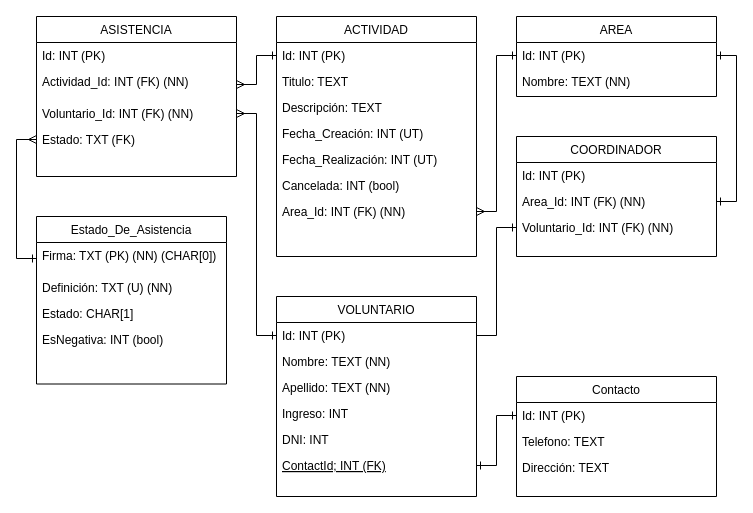
This is dragrama-fisico.drawio from DDamianoff/Scavenger-Oversight, a draw.io file, before an edit. Source tidied: cells renumbered, new cells numbered last; positions are measured from the earlier drawing's top-left corner, leaving out a move shared by most shapes. Both pictures are drawn from the tidied source at 100%, with x=0, y=0 at pixel (36, 16).
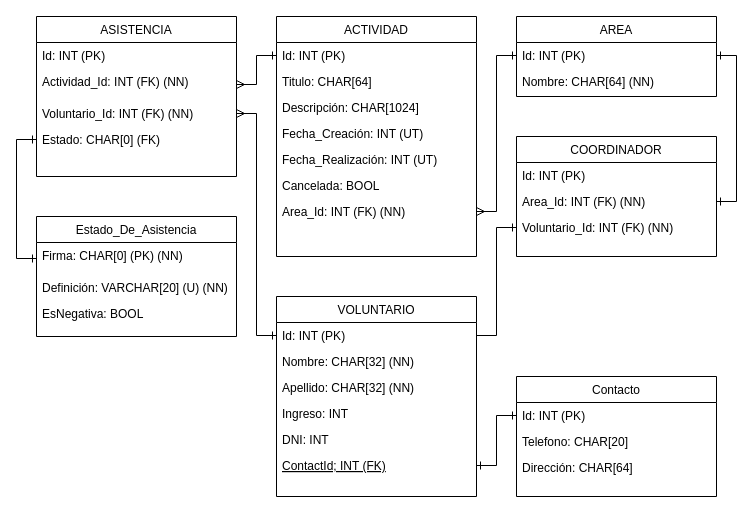
After the change.

Commit message:
correciones menores + tipos de datos de MySQL en el diagrama

The change refers to these unchanged cells:
```xml
<mxCell id="2" value="VOLUNTARIO" style="swimlane;fontStyle=0;align=center;verticalAlign=top;horizontal=1;startSize=26;rounded=0;shadow=0;strokeWidth=1;" parent="1" vertex="1">
  <mxGeometry x="240" y="280" width="200" height="200" as="geometry" />
</mxCell>
<mxCell id="9" value="Contacto" style="swimlane;fontStyle=0;align=center;verticalAlign=top;horizontal=1;startSize=26;rounded=0;shadow=0;strokeWidth=1;" parent="1" vertex="1">
  <mxGeometry x="480" y="360" width="200" height="120" as="geometry" />
</mxCell>
<mxCell id="14" value="ACTIVIDAD" style="swimlane;fontStyle=0;align=center;verticalAlign=top;horizontal=1;startSize=26;rounded=0;shadow=0;strokeWidth=1;" parent="1" vertex="1">
  <mxGeometry x="240" width="200" height="240" as="geometry" />
</mxCell>
<mxCell id="22" value="ASISTENCIA" style="swimlane;fontStyle=0;align=center;verticalAlign=top;horizontal=1;startSize=26;rounded=0;shadow=0;strokeWidth=1;" parent="1" vertex="1">
  <mxGeometry width="200" height="160" as="geometry" />
</mxCell>
<mxCell id="34" value="AREA" style="swimlane;fontStyle=0;align=center;verticalAlign=top;horizontal=1;startSize=26;rounded=0;shadow=0;strokeWidth=1;" parent="1" vertex="1">
  <mxGeometry x="480" width="200" height="80" as="geometry" />
</mxCell>
```

Diff of the diagram source:
```diff
@@
-    <mxCell id="4" value="Nombre: TEXT (NN)" style="text;align=left;verticalAlign=top;spacingLeft=4;spacingRight=4;overflow=hidden;rounded=0;shadow=0;html=0;" parent="2" vertex="1">
+    <mxCell id="4" value="Nombre: CHAR[32] (NN)" style="text;align=left;verticalAlign=top;spacingLeft=4;spacingRight=4;overflow=hidden;rounded=0;shadow=0;html=0;" parent="2" vertex="1">
       <mxGeometry y="52" width="200" height="26" as="geometry" />
     </mxCell>
-    <mxCell id="5" value="Apellido: TEXT (NN)&#10;" style="text;align=left;verticalAlign=top;spacingLeft=4;spacingRight=4;overflow=hidden;rounded=0;shadow=0;html=0;" parent="2" vertex="1">
+    <mxCell id="5" value="Apellido: CHAR[32] (NN)" style="text;align=left;verticalAlign=top;spacingLeft=4;spacingRight=4;overflow=hidden;rounded=0;shadow=0;html=0;" parent="2" vertex="1">
       <mxGeometry y="78" width="200" height="26" as="geometry" />
     </mxCell>
@@
-    <mxCell id="11" value="Telefono: TEXT " style="text;align=left;verticalAlign=top;spacingLeft=4;spacingRight=4;overflow=hidden;rounded=0;shadow=0;html=0;" parent="9" vertex="1">
+    <mxCell id="11" value="Telefono: CHAR[20]&#10; " style="text;align=left;verticalAlign=top;spacingLeft=4;spacingRight=4;overflow=hidden;rounded=0;shadow=0;html=0;" parent="9" vertex="1">
       <mxGeometry y="52" width="200" height="26" as="geometry" />
     </mxCell>
-    <mxCell id="12" value="Dirección: TEXT&#10;" style="text;align=left;verticalAlign=top;spacingLeft=4;spacingRight=4;overflow=hidden;rounded=0;shadow=0;html=0;" parent="9" vertex="1">
+    <mxCell id="12" value="Dirección: CHAR[64]" style="text;align=left;verticalAlign=top;spacingLeft=4;spacingRight=4;overflow=hidden;rounded=0;shadow=0;html=0;" parent="9" vertex="1">
       <mxGeometry y="78" width="200" height="26" as="geometry" />
     </mxCell>
@@
-    <mxCell id="16" value="Titulo: TEXT " style="text;align=left;verticalAlign=top;spacingLeft=4;spacingRight=4;overflow=hidden;" parent="14" vertex="1">
+    <mxCell id="16" value="Titulo: CHAR[64]" style="text;align=left;verticalAlign=top;spacingLeft=4;spacingRight=4;overflow=hidden;" parent="14" vertex="1">
       <mxGeometry y="52" width="200" height="26" as="geometry" />
     </mxCell>
-    <mxCell id="17" value="Descripción: TEXT " style="text;align=left;verticalAlign=top;spacingLeft=4;spacingRight=4;overflow=hidden;" parent="14" vertex="1">
+    <mxCell id="17" value="Descripción: CHAR[1024]" style="text;align=left;verticalAlign=top;spacingLeft=4;spacingRight=4;overflow=hidden;" parent="14" vertex="1">
       <mxGeometry y="78" width="200" height="26" as="geometry" />
     </mxCell>
@@
-    <mxCell id="20" value="Cancelada: INT (bool) " style="text;align=left;verticalAlign=top;spacingLeft=4;spacingRight=4;overflow=hidden;" parent="14" vertex="1">
+    <mxCell id="20" value="Cancelada: BOOL " style="text;align=left;verticalAlign=top;spacingLeft=4;spacingRight=4;overflow=hidden;" parent="14" vertex="1">
       <mxGeometry y="156" width="200" height="26" as="geometry" />
     </mxCell>
@@
-    <mxCell id="26" value="Estado: TXT (FK)" style="text;align=left;verticalAlign=top;spacingLeft=4;spacingRight=4;overflow=hidden;points=[[0,0.5],[1,0.5]];portConstraint=eastwest;" parent="22" vertex="1">
+    <mxCell id="26" value="Estado: CHAR[0] (FK)" style="text;align=left;verticalAlign=top;spacingLeft=4;spacingRight=4;overflow=hidden;points=[[0,0.5],[1,0.5]];portConstraint=eastwest;" parent="22" vertex="1">
       <mxGeometry y="110" width="200" height="26" as="geometry" />
     </mxCell>
@@
-    <mxCell id="36" value="Nombre: TEXT (NN)" style="text;align=left;verticalAlign=top;spacingLeft=4;spacingRight=4;overflow=hidden;" parent="34" vertex="1">
+    <mxCell id="36" value="Nombre: CHAR[64] (NN)" style="text;align=left;verticalAlign=top;spacingLeft=4;spacingRight=4;overflow=hidden;" parent="34" vertex="1">
       <mxGeometry y="52" width="200" height="26" as="geometry" />
     </mxCell>
@@
     <mxCell id="39" value="Estado_De_Asistencia" style="swimlane;fontStyle=0;align=center;verticalAlign=top;horizontal=1;startSize=26;rounded=0;shadow=0;strokeWidth=1;" parent="1" vertex="1">
-      <mxGeometry y="200" width="190" height="167.5" as="geometry" />
+      <mxGeometry y="200" width="200" height="120" as="geometry" />
     </mxCell>
-    <mxCell id="40" value="Firma: TXT (PK) (NN) (CHAR[0])" style="text;align=left;verticalAlign=top;spacingLeft=4;spacingRight=4;overflow=hidden;points=[[0,0.5],[1,0.5]];portConstraint=eastwest;" parent="39" vertex="1">
-      <mxGeometry y="26" width="190" height="32" as="geometry" />
+    <mxCell id="40" value="Firma: CHAR[0] (PK) (NN)" style="text;align=left;verticalAlign=top;spacingLeft=4;spacingRight=4;overflow=hidden;points=[[0,0.5],[1,0.5]];portConstraint=eastwest;" parent="39" vertex="1">
+      <mxGeometry y="26" width="200" height="32" as="geometry" />
     </mxCell>
-    <mxCell id="41" value="Definición: TXT (U) (NN)" style="text;align=left;verticalAlign=top;spacingLeft=4;spacingRight=4;overflow=hidden;" parent="39" vertex="1">
-      <mxGeometry y="58" width="190" height="26" as="geometry" />
+    <mxCell id="41" value="Definición: VARCHAR[20] (U) (NN)" style="text;align=left;verticalAlign=top;spacingLeft=4;spacingRight=4;overflow=hidden;" parent="39" vertex="1">
+      <mxGeometry y="58" width="200" height="26" as="geometry" />
     </mxCell>
-    <mxCell id="42" value="Estado: CHAR[1]" style="text;align=left;verticalAlign=top;spacingLeft=4;spacingRight=4;overflow=hidden;" parent="39" vertex="1">
-      <mxGeometry y="84" width="190" height="26" as="geometry" />
-    </mxCell>
-    <mxCell id="43" value="EsNegativa: INT (bool)" style="text;align=left;verticalAlign=top;spacingLeft=4;spacingRight=4;overflow=hidden;" parent="39" vertex="1">
-      <mxGeometry y="110" width="190" height="26" as="geometry" />
+    <mxCell id="43" value="EsNegativa: BOOL" style="text;align=left;verticalAlign=top;spacingLeft=4;spacingRight=4;overflow=hidden;" parent="39" vertex="1">
+      <mxGeometry y="84" width="200" height="26" as="geometry" />
     </mxCell>
-    <mxCell id="44" style="edgeStyle=orthogonalEdgeStyle;rounded=0;jettySize=auto;html=1;entryX=0;entryY=0.5;entryDx=0;entryDy=0;startArrow=ERone;startFill=0;endArrow=ERmany;endFill=0;exitX=0;exitY=0.5;exitDx=0;exitDy=0;" parent="1" edge="1" source="40" target="26">
+    <mxCell id="44" style="edgeStyle=orthogonalEdgeStyle;rounded=0;jettySize=auto;html=1;entryX=0;entryY=0.5;entryDx=0;entryDy=0;startArrow=ERone;startFill=0;endArrow=ERone;endFill=0;exitX=0;exitY=0.5;exitDx=0;exitDy=0;" parent="1" edge="1" source="40" target="26">
       <mxGeometry relative="1" as="geometry" />
     </mxCell>
```
